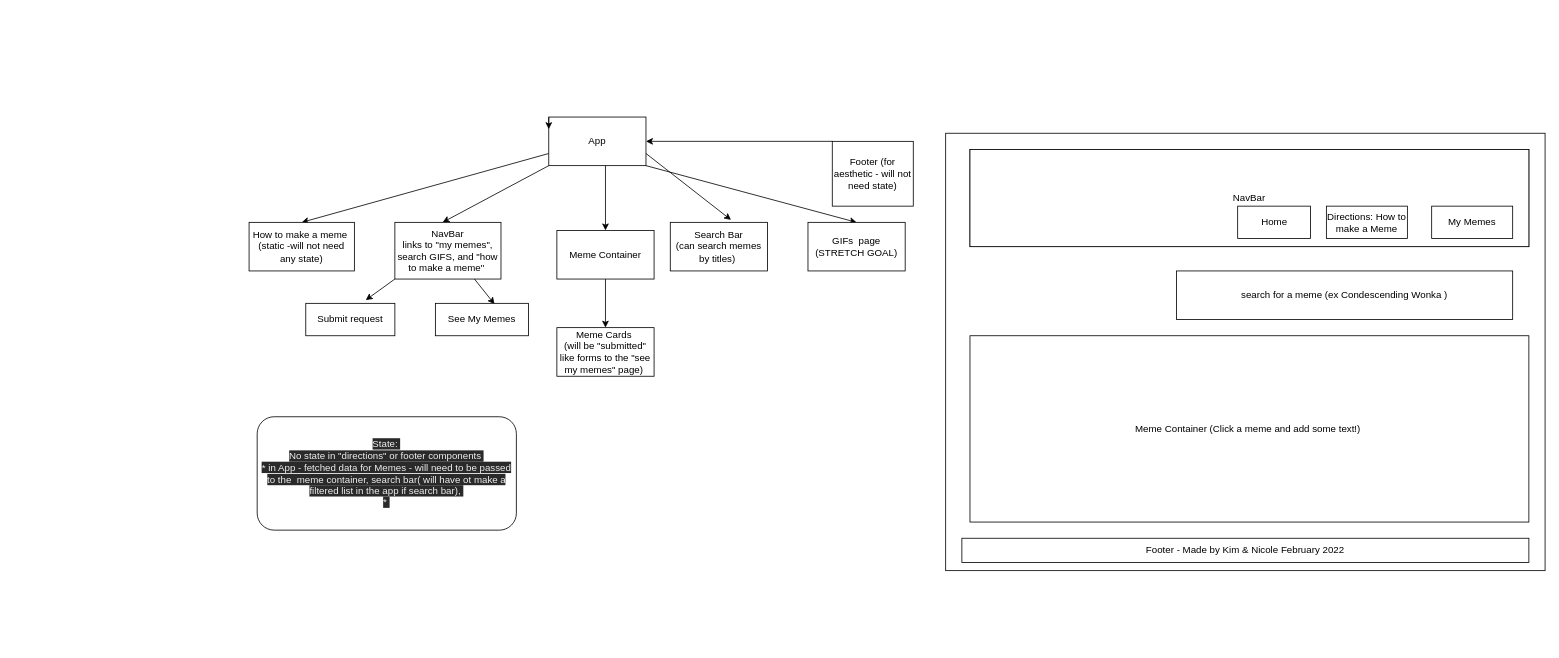
Before: src/hierarchy.drawio in kshayes78/Meme-app, a draw.io diagram. Source tidied: cells renumbered, new cells numbered last; positions are measured from the earlier drawing's top-left corner, leaving out a move shared by most shapes. Both pictures are drawn from the tidied source at 81%, with x=0, y=0 at pixel (249, 117).
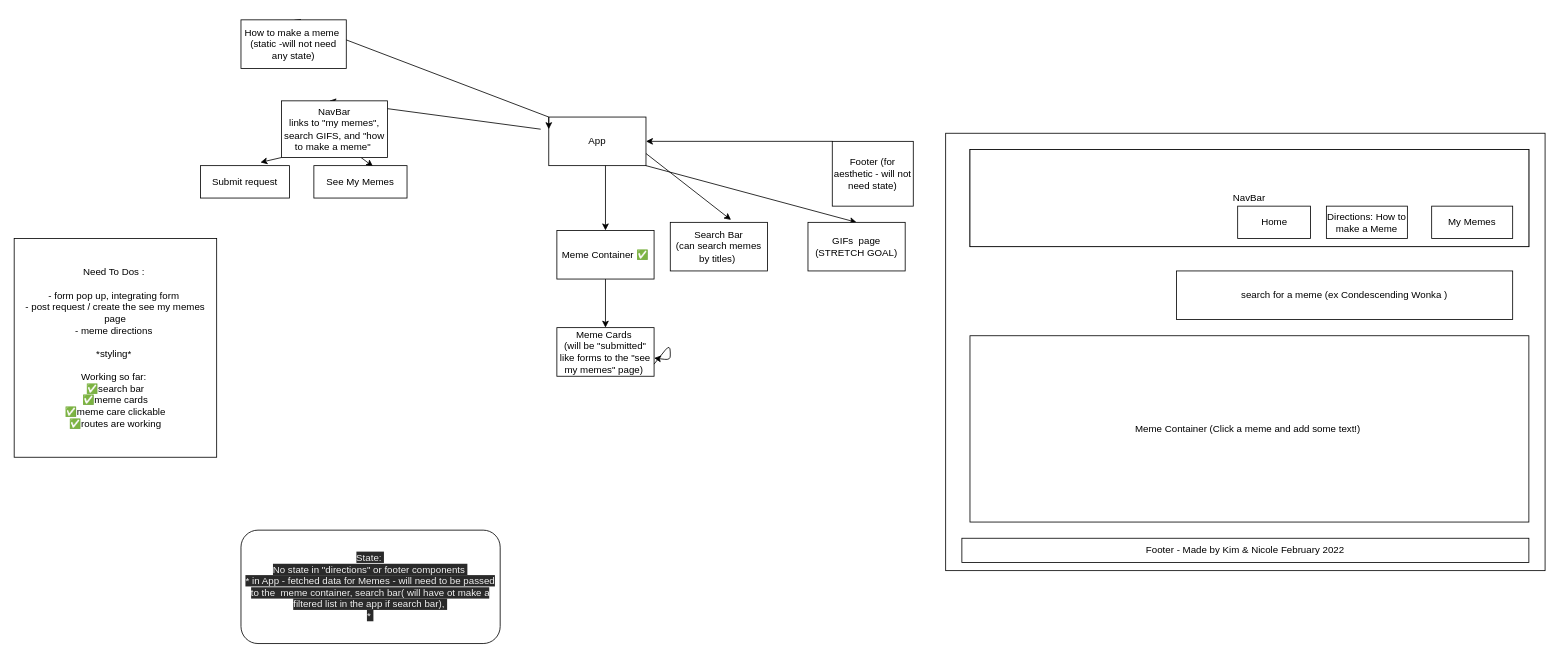
The same page after the edit.

Commit message (it also covers changes not shown here):
end of day Monday, modal not yet functional for form

Unchanged cells that the change refers to:
```xml
<mxCell id="13" value="App" style="rounded=0;whiteSpace=wrap;html=1;" parent="1" vertex="1">
  <mxGeometry x="370" width="120" height="60" as="geometry" />
</mxCell>
<mxCell id="22" value="Meme Cards&amp;nbsp;&lt;br&gt;(will be &quot;submitted&quot; like forms to the &quot;see my memes&quot; page)&amp;nbsp;" style="rounded=0;whiteSpace=wrap;html=1;" parent="1" vertex="1">
  <mxGeometry x="380" y="260" width="120" height="60" as="geometry" />
</mxCell>
```

Change to the diagram source:
```diff
@@
-    <mxCell id="8" style="edgeStyle=none;html=1;exitX=0;exitY=1;exitDx=0;exitDy=0;entryX=0.45;entryY=0;entryDx=0;entryDy=0;entryPerimeter=0;" parent="1" edge="1" source="13" target="16">
-      <mxGeometry relative="1" as="geometry" />
+    <mxCell id="8" style="edgeStyle=none;html=1;entryX=0.45;entryY=0;entryDx=0;entryDy=0;entryPerimeter=0;" parent="1" edge="1" target="16">
+      <mxGeometry relative="1" as="geometry">
+        <mxPoint x="360" y="15" as="sourcePoint" />
+      </mxGeometry>
     </mxCell>
@@
-    <mxCell id="11" style="edgeStyle=none;html=1;exitX=0;exitY=0.75;exitDx=0;exitDy=0;entryX=0.5;entryY=0;entryDx=0;entryDy=0;" parent="1" edge="1" source="13" target="26">
+    <mxCell id="11" style="edgeStyle=none;html=1;exitX=0;exitY=0;exitDx=0;exitDy=0;entryX=0.5;entryY=0;entryDx=0;entryDy=0;" parent="1" edge="1" source="13" target="26">
       <mxGeometry relative="1" as="geometry" />
     </mxCell>
@@
     <mxCell id="16" value="NavBar&lt;br&gt;links to &quot;my memes&quot;, search GIFS, and &quot;how to make a meme&quot;&amp;nbsp;" style="rounded=0;whiteSpace=wrap;html=1;" parent="1" vertex="1">
-      <mxGeometry x="180" y="130" width="131" height="70" as="geometry" />
+      <mxGeometry x="40" y="-20" width="131" height="70" as="geometry" />
     </mxCell>
@@
-    <mxCell id="18" value="Meme Container" style="rounded=0;whiteSpace=wrap;html=1;" parent="1" vertex="1">
+    <mxCell id="18" value="Meme Container ✅" style="rounded=0;whiteSpace=wrap;html=1;" parent="1" vertex="1">
       <mxGeometry x="380" y="140" width="120" height="60" as="geometry" />
     </mxCell>
     <mxCell id="19" value="Submit request" style="rounded=0;whiteSpace=wrap;html=1;" parent="1" vertex="1">
-      <mxGeometry x="70" y="230" width="110" height="40" as="geometry" />
+      <mxGeometry x="-60" y="60" width="110" height="40" as="geometry" />
     </mxCell>
     <mxCell id="20" value="See My Memes" style="rounded=0;whiteSpace=wrap;html=1;" parent="1" vertex="1">
-      <mxGeometry x="230" y="230" width="115" height="40" as="geometry" />
+      <mxGeometry x="80" y="60" width="115" height="40" as="geometry" />
     </mxCell>
@@
     <mxCell id="26" value="How to make a meme&amp;nbsp;&lt;br&gt;(static -will not need any state)" style="rounded=0;whiteSpace=wrap;html=1;" parent="1" vertex="1">
-      <mxGeometry y="130" width="130" height="60" as="geometry" />
+      <mxGeometry x="-10" y="-120" width="130" height="60" as="geometry" />
     </mxCell>
@@
     <mxCell id="29" value="&lt;span style=&quot;color: rgb(240 , 240 , 240) ; font-family: &amp;#34;helvetica&amp;#34; ; font-size: 12px ; font-style: normal ; font-weight: 400 ; letter-spacing: normal ; text-align: center ; text-indent: 0px ; text-transform: none ; word-spacing: 0px ; background-color: rgb(42 , 42 , 42) ; display: inline ; float: none&quot;&gt;State:&amp;nbsp;&lt;/span&gt;&lt;br style=&quot;color: rgb(240 , 240 , 240) ; font-family: &amp;#34;helvetica&amp;#34; ; font-size: 12px ; font-style: normal ; font-weight: 400 ; letter-spacing: normal ; text-align: center ; text-indent: 0px ; text-transform: none ; word-spacing: 0px ; background-color: rgb(42 , 42 , 42)&quot;&gt;&lt;span style=&quot;color: rgb(240 , 240 , 240) ; font-family: &amp;#34;helvetica&amp;#34; ; font-size: 12px ; font-style: normal ; font-weight: 400 ; letter-spacing: normal ; text-align: center ; text-indent: 0px ; text-transform: none ; word-spacing: 0px ; background-color: rgb(42 , 42 , 42) ; display: inline ; float: none&quot;&gt;No state in &quot;directions&quot; or footer components&amp;nbsp;&lt;/span&gt;&lt;br style=&quot;color: rgb(240 , 240 , 240) ; font-family: &amp;#34;helvetica&amp;#34; ; font-size: 12px ; font-style: normal ; font-weight: 400 ; letter-spacing: normal ; text-align: center ; text-indent: 0px ; text-transform: none ; word-spacing: 0px ; background-color: rgb(42 , 42 , 42)&quot;&gt;&lt;span style=&quot;color: rgb(240 , 240 , 240) ; font-family: &amp;#34;helvetica&amp;#34; ; font-size: 12px ; font-style: normal ; font-weight: 400 ; letter-spacing: normal ; text-align: center ; text-indent: 0px ; text-transform: none ; word-spacing: 0px ; background-color: rgb(42 , 42 , 42) ; display: inline ; float: none&quot;&gt;* in App - fetched data for Memes - will need to be passed to the&amp;nbsp; meme container, search bar( will have ot make a filtered list in the app if search bar),&amp;nbsp;&lt;/span&gt;&lt;br style=&quot;color: rgb(240 , 240 , 240) ; font-family: &amp;#34;helvetica&amp;#34; ; font-size: 12px ; font-style: normal ; font-weight: 400 ; letter-spacing: normal ; text-align: center ; text-indent: 0px ; text-transform: none ; word-spacing: 0px ; background-color: rgb(42 , 42 , 42)&quot;&gt;&lt;span style=&quot;color: rgb(240 , 240 , 240) ; font-family: &amp;#34;helvetica&amp;#34; ; font-size: 12px ; font-style: normal ; font-weight: 400 ; letter-spacing: normal ; text-align: center ; text-indent: 0px ; text-transform: none ; word-spacing: 0px ; background-color: rgb(42 , 42 , 42) ; display: inline ; float: none&quot;&gt;*&amp;nbsp;&lt;/span&gt;" style="rounded=1;whiteSpace=wrap;html=1;" parent="1" vertex="1">
-      <mxGeometry x="10" y="370" width="320" height="140" as="geometry" />
+      <mxGeometry x="-10" y="510" width="320" height="140" as="geometry" />
     </mxCell>
@@
+    <mxCell id="32" style="edgeStyle=none;html=1;exitX=1;exitY=0.75;exitDx=0;exitDy=0;" parent="1" edge="1" source="22" target="22">
+      <mxGeometry relative="1" as="geometry" />
+    </mxCell>
+    <mxCell id="33" value="Need To Dos :&amp;nbsp;&lt;br&gt;&lt;br&gt;- form pop up, integrating form&amp;nbsp;&lt;br&gt;- post request / create the see my memes page&lt;br&gt;- meme directions&amp;nbsp;&lt;br&gt;&lt;br&gt;*styling*&amp;nbsp;&lt;br&gt;&lt;br&gt;Working so far:&amp;nbsp;&lt;br&gt;✅search bar&lt;br&gt;✅meme cards&lt;br&gt;✅meme care clickable&lt;br&gt;✅routes are working&lt;br&gt;" style="rounded=0;whiteSpace=wrap;html=1;" parent="1" vertex="1">
+      <mxGeometry x="-290" y="150" width="250" height="270" as="geometry" />
+    </mxCell>
```
